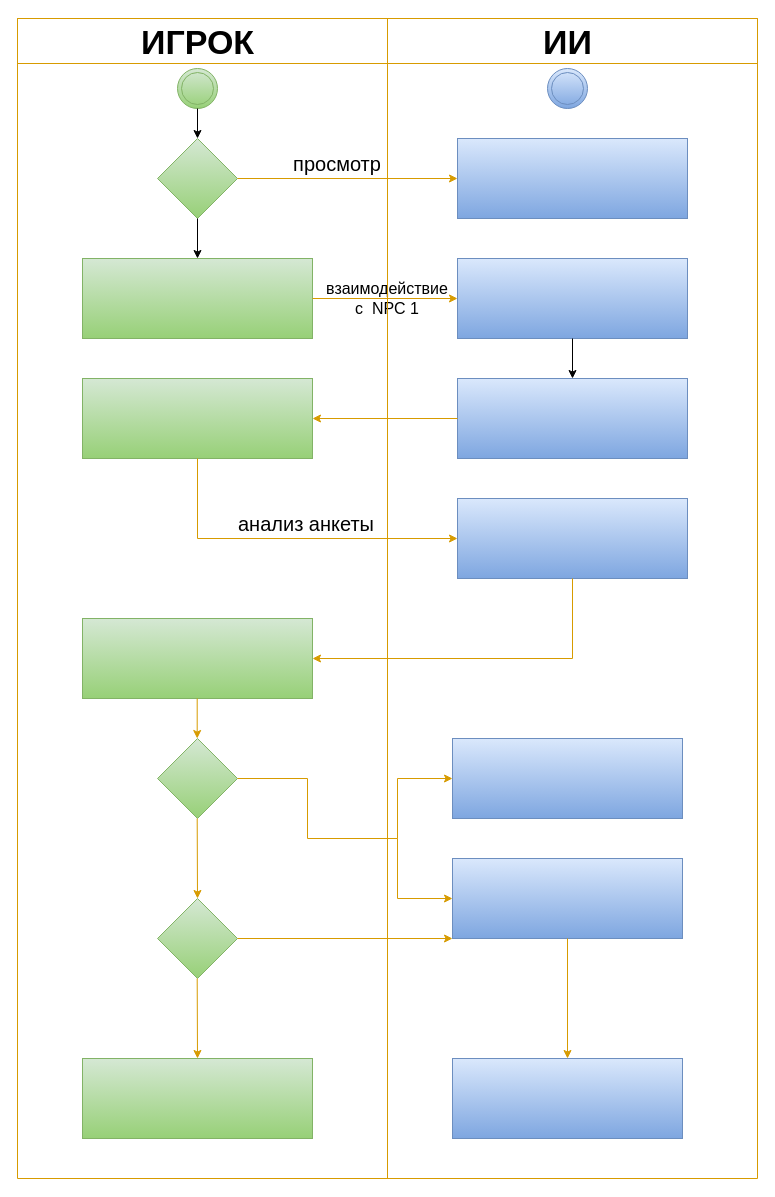
Earlier version of the draw.io diagram ActivityDiagram.drawio (GOAshi/diplom). Source tidied: cells renumbered, new cells numbered last; positions are measured from the earlier drawing's top-left corner, leaving out a move shared by most shapes. Both pictures are drawn from the tidied source at 100%, with x=0, y=0 at pixel (17, 17).
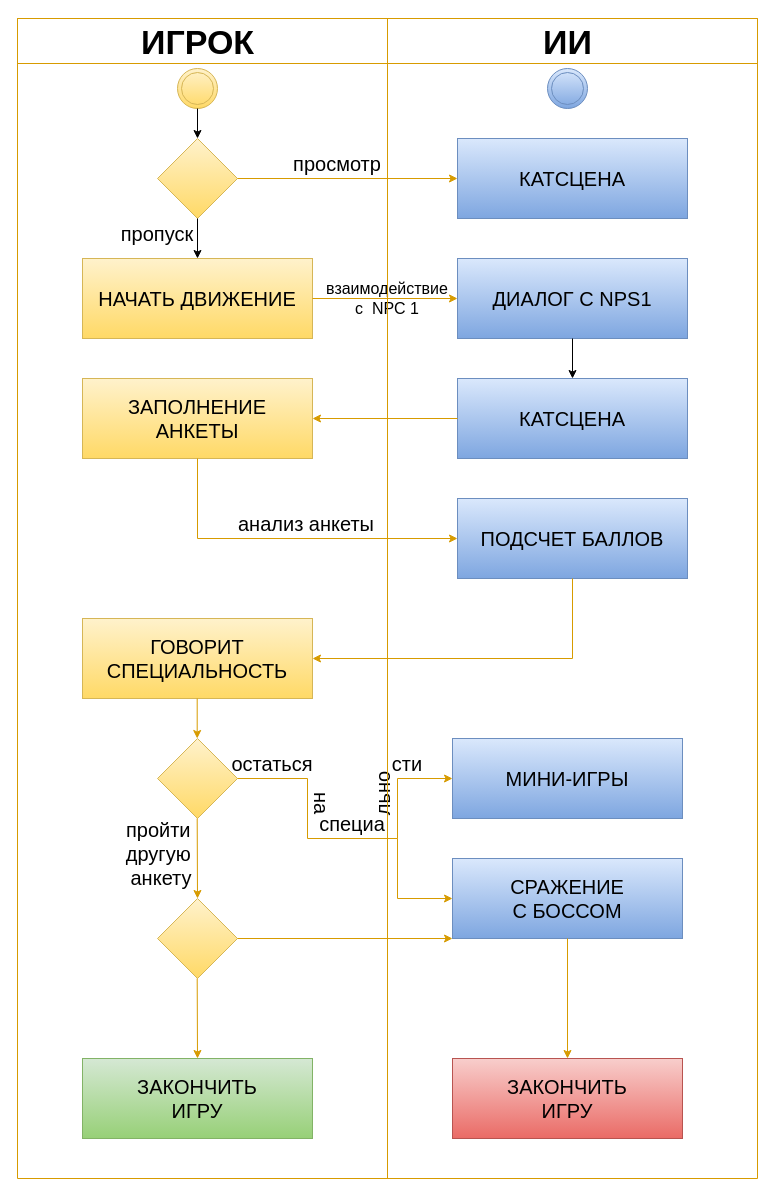
After the change.

Unchanged cells that the change refers to:
```xml
<mxCell id="2" style="swimlane;startSize=0;fillColor=#ffcd28;gradientColor=#ffa500;strokeColor=#d79b00;" parent="1" vertex="1">
  <mxGeometry y="1" width="740" height="1160" as="geometry" />
</mxCell>
```

Change to the diagram source:
```diff
@@
-    <mxCell id="3" style="ellipse;shape=doubleEllipse;whiteSpace=wrap;html=1;fillColor=#d5e8d4;gradientColor=#97d077;strokeColor=#82b366;" parent="2" vertex="1">
+    <mxCell id="3" style="ellipse;shape=doubleEllipse;whiteSpace=wrap;html=1;fillColor=#fff2cc;gradientColor=#ffd966;strokeColor=#d6b656;" parent="2" vertex="1">
       <mxGeometry x="160" y="50" width="40" height="40" as="geometry" />
     </mxCell>
@@
-    <mxCell id="5" style="rhombus;whiteSpace=wrap;html=1;fillColor=#d5e8d4;gradientColor=#97d077;strokeColor=#82b366;" parent="2" vertex="1">
+    <mxCell id="5" style="rhombus;whiteSpace=wrap;html=1;fillColor=#fff2cc;gradientColor=#ffd966;strokeColor=#d6b656;" parent="2" vertex="1">
       <mxGeometry x="140" y="120" width="80" height="80" as="geometry" />
     </mxCell>
-    <mxCell id="6" style="rounded=0;whiteSpace=wrap;html=1;fillColor=#dae8fc;strokeColor=#6c8ebf;gradientColor=#7ea6e0;" parent="2" vertex="1">
+    <mxCell id="6" value="&lt;font style=&quot;font-size: 20px;&quot;&gt;КАТСЦЕНА&lt;/font&gt;" style="rounded=0;whiteSpace=wrap;html=1;fillColor=#dae8fc;strokeColor=#6c8ebf;gradientColor=#7ea6e0;" parent="2" vertex="1">
       <mxGeometry x="440" y="120" width="230" height="80" as="geometry" />
     </mxCell>
-    <mxCell id="7" style="rounded=0;whiteSpace=wrap;html=1;fillColor=#dae8fc;strokeColor=#6c8ebf;gradientColor=#7ea6e0;" parent="2" vertex="1">
+    <mxCell id="7" value="&lt;font style=&quot;font-size: 20px;&quot;&gt;ДИАЛОГ С NPS1&lt;/font&gt;" style="rounded=0;whiteSpace=wrap;html=1;fillColor=#dae8fc;strokeColor=#6c8ebf;gradientColor=#7ea6e0;" parent="2" vertex="1">
       <mxGeometry x="440" y="240" width="230" height="80" as="geometry" />
     </mxCell>
-    <mxCell id="8" style="rounded=0;whiteSpace=wrap;html=1;fillColor=#d5e8d4;gradientColor=#97d077;strokeColor=#82b366;" parent="2" vertex="1">
+    <mxCell id="8" value="&lt;font style=&quot;font-size: 20px;&quot;&gt;НАЧАТЬ ДВИЖЕНИЕ&lt;/font&gt;" style="rounded=0;whiteSpace=wrap;html=1;fillColor=#fff2cc;gradientColor=#ffd966;strokeColor=#d6b656;" parent="2" vertex="1">
       <mxGeometry x="65" y="240" width="230" height="80" as="geometry" />
     </mxCell>
-    <mxCell id="9" style="rounded=0;whiteSpace=wrap;html=1;fillColor=#d5e8d4;gradientColor=#97d077;strokeColor=#82b366;" parent="2" vertex="1">
+    <mxCell id="9" value="&lt;font style=&quot;font-size: 20px;&quot;&gt;ЗАПОЛНЕНИЕ&lt;/font&gt;&lt;div&gt;&lt;font style=&quot;font-size: 20px;&quot;&gt;АНКЕТЫ&lt;/font&gt;&lt;/div&gt;" style="rounded=0;whiteSpace=wrap;html=1;fillColor=#fff2cc;gradientColor=#ffd966;strokeColor=#d6b656;" parent="2" vertex="1">
       <mxGeometry x="65" y="360" width="230" height="80" as="geometry" />
     </mxCell>
-    <mxCell id="10" style="rounded=0;whiteSpace=wrap;html=1;fillColor=#dae8fc;strokeColor=#6c8ebf;gradientColor=#7ea6e0;" parent="2" vertex="1">
+    <mxCell id="10" value="&lt;font style=&quot;font-size: 20px;&quot;&gt;КАТСЦЕНА&lt;/font&gt;" style="rounded=0;whiteSpace=wrap;html=1;fillColor=#dae8fc;strokeColor=#6c8ebf;gradientColor=#7ea6e0;" parent="2" vertex="1">
       <mxGeometry x="440" y="360" width="230" height="80" as="geometry" />
     </mxCell>
-    <mxCell id="11" style="rounded=0;whiteSpace=wrap;html=1;fillColor=#dae8fc;strokeColor=#6c8ebf;gradientColor=#7ea6e0;" parent="2" vertex="1">
+    <mxCell id="11" value="&lt;font style=&quot;font-size: 20px;&quot;&gt;ПОДСЧЕТ БАЛЛОВ&lt;/font&gt;" style="rounded=0;whiteSpace=wrap;html=1;fillColor=#dae8fc;strokeColor=#6c8ebf;gradientColor=#7ea6e0;" parent="2" vertex="1">
       <mxGeometry x="440" y="480" width="230" height="80" as="geometry" />
     </mxCell>
-    <mxCell id="12" style="rounded=0;whiteSpace=wrap;html=1;fillColor=#d5e8d4;gradientColor=#97d077;strokeColor=#82b366;" parent="2" vertex="1">
+    <mxCell id="12" value="&lt;font style=&quot;font-size: 20px;&quot;&gt;ГОВОРИТ&lt;/font&gt;&lt;div style=&quot;font-size: 20px;&quot;&gt;&lt;font style=&quot;font-size: 20px;&quot;&gt;СПЕЦИАЛЬНОСТЬ&lt;/font&gt;&lt;/div&gt;" style="rounded=0;whiteSpace=wrap;html=1;fillColor=#fff2cc;gradientColor=#ffd966;strokeColor=#d6b656;" parent="2" vertex="1">
       <mxGeometry x="65" y="600" width="230" height="80" as="geometry" />
     </mxCell>
-    <mxCell id="13" style="rhombus;whiteSpace=wrap;html=1;fillColor=#d5e8d4;gradientColor=#97d077;strokeColor=#82b366;" parent="2" vertex="1">
+    <mxCell id="13" style="rhombus;whiteSpace=wrap;html=1;fillColor=#fff2cc;gradientColor=#ffd966;strokeColor=#d6b656;" parent="2" vertex="1">
       <mxGeometry x="140" y="720" width="80" height="80" as="geometry" />
     </mxCell>
-    <mxCell id="14" style="rhombus;whiteSpace=wrap;html=1;fillColor=#d5e8d4;gradientColor=#97d077;strokeColor=#82b366;" parent="2" vertex="1">
+    <mxCell id="14" style="rhombus;whiteSpace=wrap;html=1;fillColor=#fff2cc;gradientColor=#ffd966;strokeColor=#d6b656;" parent="2" vertex="1">
       <mxGeometry x="140" y="880" width="80" height="80" as="geometry" />
     </mxCell>
-    <mxCell id="15" style="rounded=0;whiteSpace=wrap;html=1;fillColor=#d5e8d4;gradientColor=#97d077;strokeColor=#82b366;" parent="2" vertex="1">
+    <mxCell id="15" value="&lt;font style=&quot;font-size: 20px;&quot;&gt;ЗАКОНЧИТЬ&lt;/font&gt;&lt;div style=&quot;font-size: 20px;&quot;&gt;&lt;font style=&quot;font-size: 20px;&quot;&gt;ИГРУ&lt;/font&gt;&lt;/div&gt;" style="rounded=0;whiteSpace=wrap;html=1;fillColor=#d5e8d4;gradientColor=#97d077;strokeColor=#82b366;" parent="2" vertex="1">
       <mxGeometry x="65" y="1040" width="230" height="80" as="geometry" />
     </mxCell>
-    <mxCell id="16" style="rounded=0;whiteSpace=wrap;html=1;fillColor=#dae8fc;strokeColor=#6c8ebf;gradientColor=#7ea6e0;" parent="2" vertex="1">
+    <mxCell id="16" value="&lt;font style=&quot;font-size: 20px;&quot;&gt;МИНИ-ИГРЫ&lt;/font&gt;" style="rounded=0;whiteSpace=wrap;html=1;fillColor=#dae8fc;strokeColor=#6c8ebf;gradientColor=#7ea6e0;" parent="2" vertex="1">
       <mxGeometry x="435" y="720" width="230" height="80" as="geometry" />
     </mxCell>
-    <mxCell id="17" style="rounded=0;whiteSpace=wrap;html=1;fillColor=#dae8fc;strokeColor=#6c8ebf;gradientColor=#7ea6e0;" parent="2" vertex="1">
+    <mxCell id="17" value="&lt;font style=&quot;font-size: 20px;&quot;&gt;СРАЖЕНИЕ&lt;/font&gt;&lt;div style=&quot;font-size: 20px;&quot;&gt;&lt;font style=&quot;font-size: 20px;&quot;&gt;С БОССОМ&lt;/font&gt;&lt;/div&gt;" style="rounded=0;whiteSpace=wrap;html=1;fillColor=#dae8fc;strokeColor=#6c8ebf;gradientColor=#7ea6e0;" parent="2" vertex="1">
       <mxGeometry x="435" y="840" width="230" height="80" as="geometry" />
     </mxCell>
-    <mxCell id="18" style="rounded=0;whiteSpace=wrap;html=1;fillColor=#dae8fc;strokeColor=#6c8ebf;gradientColor=#7ea6e0;" parent="2" vertex="1">
+    <mxCell id="18" value="&lt;font style=&quot;font-size: 20px;&quot;&gt;ЗАКОНЧИТЬ&lt;/font&gt;&lt;div style=&quot;font-size: 20px;&quot;&gt;&lt;font style=&quot;font-size: 20px;&quot;&gt;ИГРУ&lt;/font&gt;&lt;/div&gt;" style="rounded=0;whiteSpace=wrap;html=1;fillColor=#f8cecc;strokeColor=#b85450;gradientColor=#ea6b66;" parent="2" vertex="1">
       <mxGeometry x="435" y="1040" width="230" height="80" as="geometry" />
     </mxCell>
@@
+    <mxCell id="41" value="остаться" style="text;html=1;align=center;verticalAlign=middle;whiteSpace=wrap;rounded=0;fontSize=20;" parent="2" vertex="1">
+      <mxGeometry x="170" y="730" width="170" height="30" as="geometry" />
+    </mxCell>
+    <mxCell id="42" value="на" style="text;html=1;align=center;verticalAlign=middle;whiteSpace=wrap;rounded=0;fontSize=20;rotation=90;" parent="2" vertex="1">
+      <mxGeometry x="280" y="770" width="50" height="30" as="geometry" />
+    </mxCell>
+    <mxCell id="43" value="специа" style="text;html=1;align=center;verticalAlign=middle;whiteSpace=wrap;rounded=0;fontSize=20;" parent="2" vertex="1">
+      <mxGeometry x="250" y="790" width="170" height="30" as="geometry" />
+    </mxCell>
+    <mxCell id="44" value="льно" style="text;html=1;align=center;verticalAlign=middle;whiteSpace=wrap;rounded=0;fontSize=20;rotation=-90;" parent="2" vertex="1">
+      <mxGeometry x="340" y="760" width="50" height="30" as="geometry" />
+    </mxCell>
+    <mxCell id="45" value="сти" style="text;html=1;align=center;verticalAlign=middle;whiteSpace=wrap;rounded=0;fontSize=20;" parent="2" vertex="1">
+      <mxGeometry x="370" y="730" width="40" height="30" as="geometry" />
+    </mxCell>
+    <mxCell id="46" value="пройти&amp;nbsp;&lt;div&gt;другую&amp;nbsp;&lt;/div&gt;&lt;div&gt;анкету&lt;/div&gt;" style="text;html=1;align=center;verticalAlign=middle;whiteSpace=wrap;rounded=0;fontSize=20;" parent="2" vertex="1">
+      <mxGeometry x="59" y="820" width="170" height="30" as="geometry" />
+    </mxCell>
+    <mxCell id="47" value="пропуск" style="text;html=1;align=center;verticalAlign=middle;whiteSpace=wrap;rounded=0;fontSize=20;" parent="2" vertex="1">
+      <mxGeometry x="110" y="200" width="60" height="30" as="geometry" />
+    </mxCell>
```
